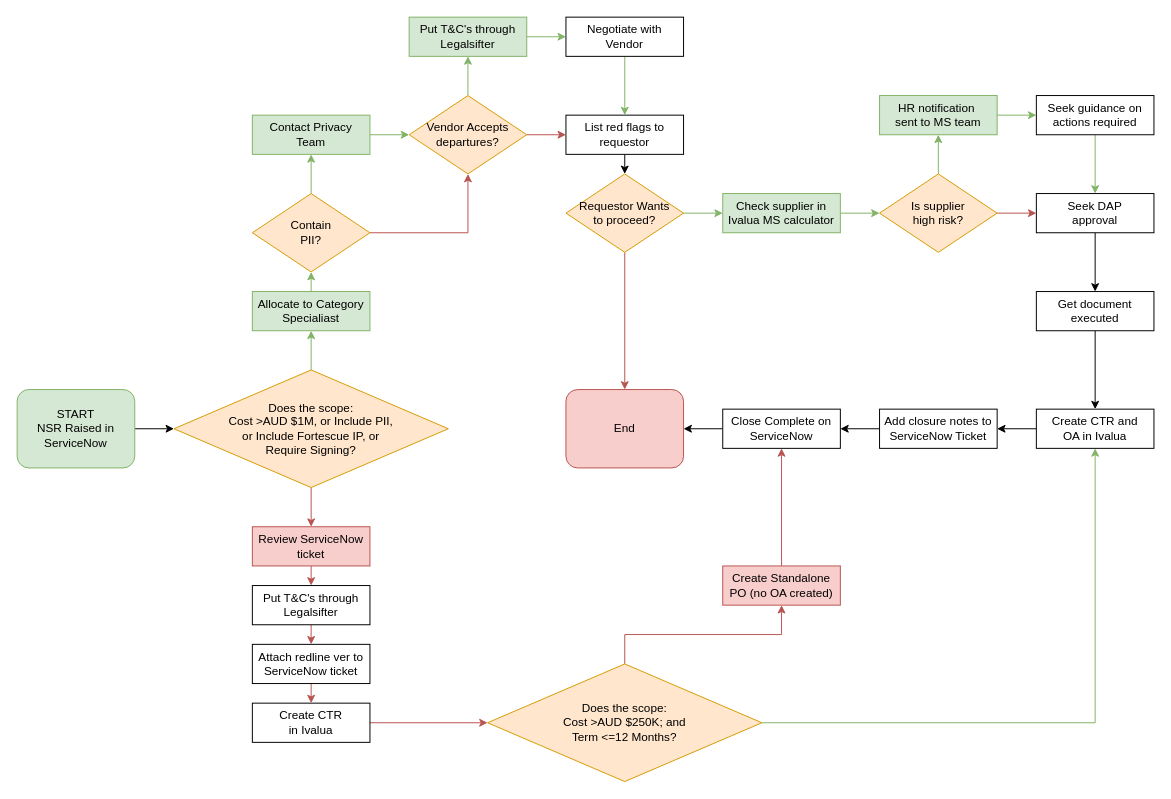
The draw.io diagram New NSR.drawio in Dyo-Artist/Fortsecue, before the edit. Source tidied: cells renumbered, new cells numbered last; positions are measured from the earlier drawing's top-left corner, leaving out a move shared by most shapes. Both pictures are drawn from the tidied source at 98%, with x=0, y=0 at pixel (17, 17).
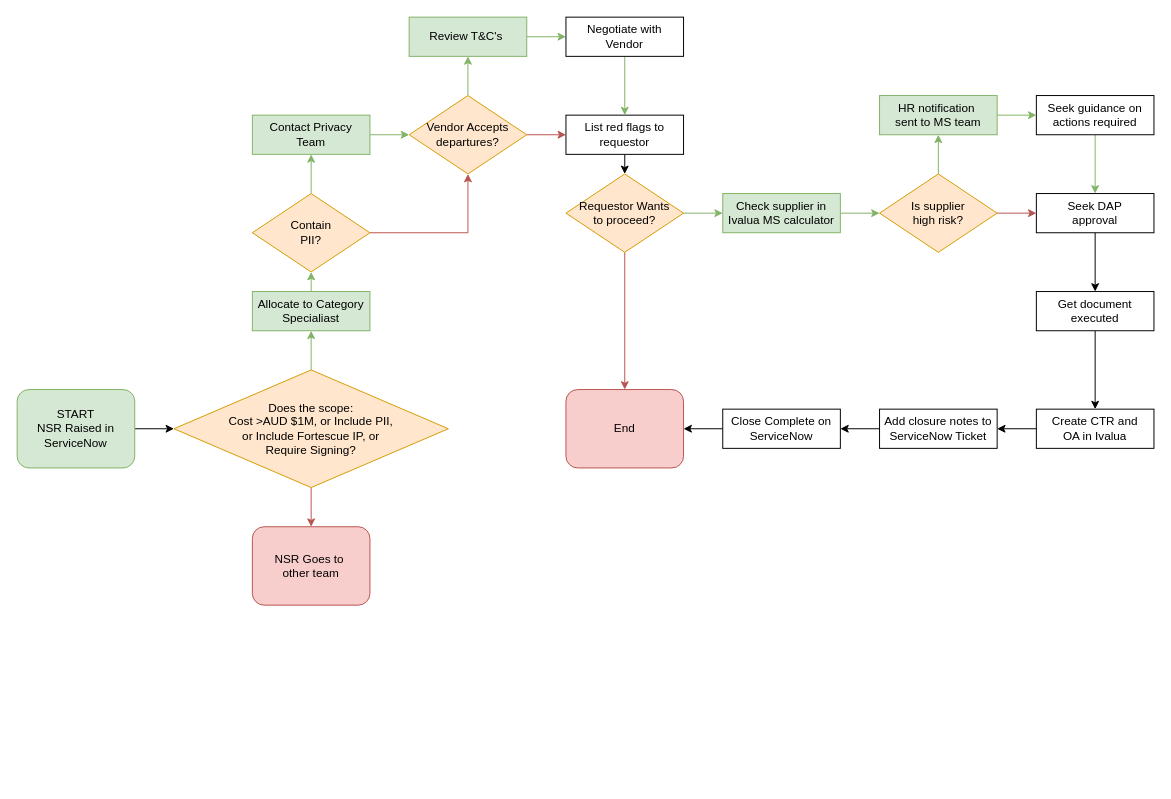
The same page after the edit.

Unchanged cells that the change refers to:
```xml
<mxCell id="6" value="Does the scope:&lt;br&gt;Cost &amp;gt;AUD $1M, or Include PII, &lt;br&gt;or Include Fortescue IP, or&lt;br&gt;Require Signing?" style="rhombus;whiteSpace=wrap;html=1;fillColor=#ffe6cc;strokeColor=#d79b00;" parent="1" vertex="1">
  <mxGeometry x="160" y="360" width="280" height="120" as="geometry" />
</mxCell>
<mxCell id="41" value="Create CTR and&lt;div&gt;OA in Ivalua&lt;/div&gt;" style="rounded=0;whiteSpace=wrap;html=1;" parent="1" vertex="1">
  <mxGeometry x="1040" y="400" width="120" height="40" as="geometry" />
</mxCell>
<mxCell id="45" value="Close Complete on&lt;br&gt;ServiceNow" style="rounded=0;whiteSpace=wrap;html=1;" parent="1" vertex="1">
  <mxGeometry x="720" y="400" width="120" height="40" as="geometry" />
</mxCell>
```

Change to the diagram source:
```diff
@@
-    <mxCell id="5" style="edgeStyle=orthogonalEdgeStyle;rounded=0;jettySize=auto;html=1;exitX=0.5;exitY=1;exitDx=0;exitDy=0;entryX=0.5;entryY=0;entryDx=0;entryDy=0;fillColor=#f8cecc;strokeColor=#b85450;" parent="1" edge="1" source="6" target="47">
-      <mxGeometry relative="1" as="geometry" />
+    <mxCell id="5" style="edgeStyle=orthogonalEdgeStyle;rounded=0;jettySize=auto;html=1;exitX=0.5;exitY=1;exitDx=0;exitDy=0;entryX=0.5;entryY=0;entryDx=0;entryDy=0;fillColor=#f8cecc;strokeColor=#b85450;" parent="1" edge="1" source="6">
+      <mxGeometry relative="1" as="geometry">
+        <mxPoint x="300" y="520" as="targetPoint" />
+      </mxGeometry>
     </mxCell>
@@
-    <mxCell id="18" value="Put T&amp;amp;C's through Legalsifter" style="rounded=0;whiteSpace=wrap;html=1;fillColor=#d5e8d4;strokeColor=#82b366;" parent="1" vertex="1">
+    <mxCell id="18" value="Review T&amp;amp;C's&amp;nbsp;" style="rounded=0;whiteSpace=wrap;html=1;fillColor=#d5e8d4;strokeColor=#82b366;" parent="1" vertex="1">
       <mxGeometry x="400" width="120" height="40" as="geometry" />
     </mxCell>
@@
-    <mxCell id="46" style="edgeStyle=orthogonalEdgeStyle;rounded=0;jettySize=auto;html=1;exitX=0.5;exitY=1;exitDx=0;exitDy=0;entryX=0.5;entryY=0;entryDx=0;entryDy=0;fillColor=#f8cecc;strokeColor=#b85450;" parent="1" edge="1" source="47" target="51">
-      <mxGeometry relative="1" as="geometry" />
-    </mxCell>
-    <mxCell id="47" value="Review ServiceNow&lt;div&gt;ticket&lt;/div&gt;" style="rounded=0;whiteSpace=wrap;html=1;fillColor=#f8cecc;strokeColor=#b85450;" parent="1" vertex="1">
-      <mxGeometry x="240" y="520" width="120" height="40" as="geometry" />
-    </mxCell>
-    <mxCell id="48" style="edgeStyle=orthogonalEdgeStyle;rounded=0;jettySize=auto;html=1;exitX=0.5;exitY=1;exitDx=0;exitDy=0;entryX=0.5;entryY=0;entryDx=0;entryDy=0;fillColor=#f8cecc;strokeColor=#b85450;" parent="1" edge="1" source="49" target="53">
-      <mxGeometry relative="1" as="geometry" />
-    </mxCell>
-    <mxCell id="49" value="Attach redline ver to&lt;div&gt;ServiceNow ticket&lt;/div&gt;" style="rounded=0;whiteSpace=wrap;html=1;" parent="1" vertex="1">
-      <mxGeometry x="240" y="640" width="120" height="40" as="geometry" />
-    </mxCell>
-    <mxCell id="50" style="edgeStyle=orthogonalEdgeStyle;rounded=0;jettySize=auto;html=1;exitX=0.5;exitY=1;exitDx=0;exitDy=0;entryX=0.5;entryY=0;entryDx=0;entryDy=0;fillColor=#f8cecc;strokeColor=#b85450;" parent="1" edge="1" source="51" target="49">
-      <mxGeometry relative="1" as="geometry" />
-    </mxCell>
-    <mxCell id="51" value="Put T&amp;amp;C's through Legalsifter" style="rounded=0;whiteSpace=wrap;html=1;" parent="1" vertex="1">
-      <mxGeometry x="240" y="580" width="120" height="40" as="geometry" />
-    </mxCell>
-    <mxCell id="52" style="edgeStyle=orthogonalEdgeStyle;rounded=0;jettySize=auto;html=1;exitX=1;exitY=0.5;exitDx=0;exitDy=0;entryX=0;entryY=0.5;entryDx=0;entryDy=0;fillColor=#f8cecc;strokeColor=#b85450;" parent="1" edge="1" source="53" target="56">
-      <mxGeometry relative="1" as="geometry" />
-    </mxCell>
-    <mxCell id="53" value="Create CTR&lt;div&gt;in Ivalua&lt;/div&gt;" style="rounded=0;whiteSpace=wrap;html=1;" parent="1" vertex="1">
-      <mxGeometry x="240" y="700" width="120" height="40" as="geometry" />
-    </mxCell>
-    <mxCell id="54" style="edgeStyle=orthogonalEdgeStyle;rounded=0;jettySize=auto;html=1;exitX=0.5;exitY=0;exitDx=0;exitDy=0;entryX=0.5;entryY=1;entryDx=0;entryDy=0;fillColor=#f8cecc;strokeColor=#b85450;" parent="1" edge="1" source="56" target="58">
-      <mxGeometry relative="1" as="geometry" />
-    </mxCell>
-    <mxCell id="55" style="edgeStyle=orthogonalEdgeStyle;rounded=0;jettySize=auto;html=1;exitX=1;exitY=0.5;exitDx=0;exitDy=0;entryX=0.5;entryY=1;entryDx=0;entryDy=0;fillColor=#d5e8d4;strokeColor=#82b366;" parent="1" edge="1" source="56" target="41">
-      <mxGeometry relative="1" as="geometry" />
-    </mxCell>
-    <mxCell id="56" value="Does the scope:&lt;br&gt;Cost &amp;gt;AUD $250K; and&lt;div&gt;Term &amp;lt;=12 Months?&lt;/div&gt;" style="rhombus;whiteSpace=wrap;html=1;fillColor=#ffe6cc;strokeColor=#d79b00;" parent="1" vertex="1">
-      <mxGeometry x="480" y="660" width="280" height="120" as="geometry" />
-    </mxCell>
-    <mxCell id="57" style="edgeStyle=orthogonalEdgeStyle;rounded=0;jettySize=auto;html=1;exitX=0.5;exitY=0;exitDx=0;exitDy=0;entryX=0.5;entryY=1;entryDx=0;entryDy=0;fillColor=#f8cecc;strokeColor=#b85450;" parent="1" edge="1" source="58" target="45">
-      <mxGeometry relative="1" as="geometry" />
-    </mxCell>
-    <mxCell id="58" value="Create Standalone PO (no OA created)" style="rounded=0;whiteSpace=wrap;html=1;fillColor=#f8cecc;strokeColor=#b85450;" parent="1" vertex="1">
-      <mxGeometry x="720" y="560" width="120" height="40" as="geometry" />
-    </mxCell>
+    <mxCell id="59" value="NSR Goes to&amp;nbsp;&lt;br&gt;other team" style="rounded=1;whiteSpace=wrap;html=1;fontSize=12;glass=0;strokeWidth=1;shadow=0;fillColor=#f8cecc;strokeColor=#b85450;" parent="1" vertex="1">
+      <mxGeometry x="240" y="520" width="120" height="80" as="geometry" />
+    </mxCell>
```
